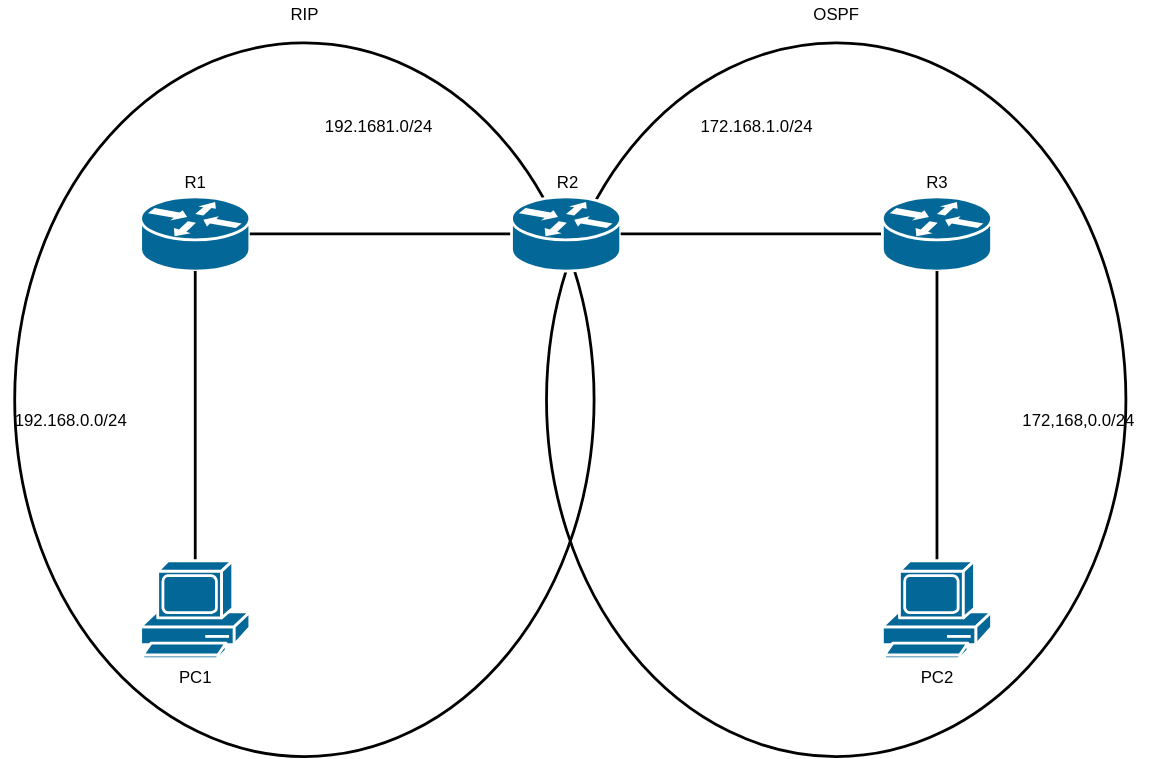
This is basic_routing02/fig/basic_dynamic_routing02.drawio.svg from ECCNetLab/problems, a draw.io export, as it was before one commit. Source tidied: cells renumbered, new cells last; positions are measured from the earlier drawing's top-left corner, leaving out a move shared by most shapes. The source it was exported from:
```xml
<mxGraphModel>
  <root>
    <mxCell id="0" />
    <mxCell id="1" parent="0" />
    <mxCell id="2" style="ellipse;whiteSpace=wrap;html=1;fillColor=none;strokeWidth=2;" parent="1" vertex="1">
      <mxGeometry x="10" y="30" width="414" height="510" as="geometry" />
    </mxCell>
    <mxCell id="3" style="ellipse;whiteSpace=wrap;html=1;fillColor=none;strokeWidth=2;" parent="1" vertex="1">
      <mxGeometry x="390" y="30" width="414" height="510" as="geometry" />
    </mxCell>
    <mxCell id="4" style="shape=mxgraph.cisco.routers.router;sketch=0;html=1;dashed=0;fillColor=#036897;strokeColor=#ffffff;strokeWidth=2;verticalLabelPosition=bottom;verticalAlign=top;align=center;outlineConnect=0;" parent="1" vertex="1">
      <mxGeometry x="100" y="140" width="78" height="53" as="geometry" />
    </mxCell>
    <mxCell id="5" style="edgeStyle=none;html=1;endArrow=none;endFill=0;strokeWidth=2;" parent="1" edge="1" source="6" target="4">
      <mxGeometry relative="1" as="geometry" />
    </mxCell>
    <mxCell id="6" style="shape=mxgraph.cisco.routers.router;sketch=0;html=1;dashed=0;fillColor=#036897;strokeColor=#ffffff;strokeWidth=2;verticalLabelPosition=bottom;verticalAlign=top;align=center;outlineConnect=0;" parent="1" vertex="1">
      <mxGeometry x="365" y="140" width="78" height="53" as="geometry" />
    </mxCell>
    <mxCell id="7" style="edgeStyle=none;html=1;entryX=1;entryY=0.5;entryDx=0;entryDy=0;entryPerimeter=0;strokeWidth=2;endArrow=none;endFill=0;" parent="1" edge="1" source="8" target="6">
      <mxGeometry relative="1" as="geometry" />
    </mxCell>
    <mxCell id="8" style="shape=mxgraph.cisco.routers.router;sketch=0;html=1;dashed=0;fillColor=#036897;strokeColor=#ffffff;strokeWidth=2;verticalLabelPosition=bottom;verticalAlign=top;align=center;outlineConnect=0;" parent="1" vertex="1">
      <mxGeometry x="630" y="140" width="78" height="53" as="geometry" />
    </mxCell>
    <mxCell id="9" style="edgeStyle=none;html=1;entryX=0.5;entryY=1;entryDx=0;entryDy=0;entryPerimeter=0;endArrow=none;endFill=0;strokeWidth=2;" parent="1" edge="1" source="10" target="4">
      <mxGeometry relative="1" as="geometry" />
    </mxCell>
    <mxCell id="10" value="PC1" style="shape=mxgraph.cisco.computers_and_peripherals.pc;html=1;dashed=0;fillColor=#036897;strokeColor=#ffffff;strokeWidth=2;verticalLabelPosition=bottom;verticalAlign=top;align=center;outlineConnect=0;" parent="1" vertex="1">
      <mxGeometry x="100" y="400" width="78" height="70" as="geometry" />
    </mxCell>
    <mxCell id="11" style="edgeStyle=none;html=1;endArrow=none;endFill=0;strokeWidth=2;" parent="1" edge="1" source="12" target="8">
      <mxGeometry relative="1" as="geometry" />
    </mxCell>
    <mxCell id="12" value="PC2" style="shape=mxgraph.cisco.computers_and_peripherals.pc;html=1;dashed=0;fillColor=#036897;strokeColor=#ffffff;strokeWidth=2;verticalLabelPosition=bottom;verticalAlign=top;align=center;outlineConnect=0;" parent="1" vertex="1">
      <mxGeometry x="630" y="400" width="78" height="70" as="geometry" />
    </mxCell>
    <mxCell id="13" value="192.1681.0/24" style="text;html=1;align=center;verticalAlign=middle;strokeColor=none;fillColor=none;" parent="1" vertex="1">
      <mxGeometry x="225" y="80" width="90" height="20" as="geometry" />
    </mxCell>
    <mxCell id="14" value="172.168.1.0/24" style="text;html=1;align=center;verticalAlign=middle;strokeColor=none;fillColor=none;" parent="1" vertex="1">
      <mxGeometry x="490" y="80" width="100" height="20" as="geometry" />
    </mxCell>
    <mxCell id="15" value="192.168.0.0/24" style="text;html=1;align=center;verticalAlign=middle;strokeColor=none;fillColor=none;" parent="1" vertex="1">
      <mxGeometry y="290" width="100" height="20" as="geometry" />
    </mxCell>
    <mxCell id="16" value="172,168,0.0/24" style="text;html=1;align=center;verticalAlign=middle;strokeColor=none;fillColor=none;" parent="1" vertex="1">
      <mxGeometry x="720" y="290" width="100" height="20" as="geometry" />
    </mxCell>
    <mxCell id="17" value="RIP" style="text;html=1;align=center;verticalAlign=middle;strokeColor=none;fillColor=none;" parent="1" vertex="1">
      <mxGeometry x="197" width="40" height="20" as="geometry" />
    </mxCell>
    <mxCell id="18" value="OSPF" style="text;html=1;align=center;verticalAlign=middle;strokeColor=none;fillColor=none;" parent="1" vertex="1">
      <mxGeometry x="572" width="50" height="20" as="geometry" />
    </mxCell>
    <mxCell id="19" value="R1" style="text;html=1;align=center;verticalAlign=middle;strokeColor=none;fillColor=none;" parent="1" vertex="1">
      <mxGeometry x="124" y="120" width="30" height="20" as="geometry" />
    </mxCell>
    <mxCell id="20" value="R2" style="text;html=1;align=center;verticalAlign=middle;strokeColor=none;fillColor=none;" parent="1" vertex="1">
      <mxGeometry x="390" y="120" width="30" height="20" as="geometry" />
    </mxCell>
    <mxCell id="21" value="R3" style="text;html=1;align=center;verticalAlign=middle;strokeColor=none;fillColor=none;" parent="1" vertex="1">
      <mxGeometry x="654" y="120" width="30" height="20" as="geometry" />
    </mxCell>
  </root>
</mxGraphModel>
```
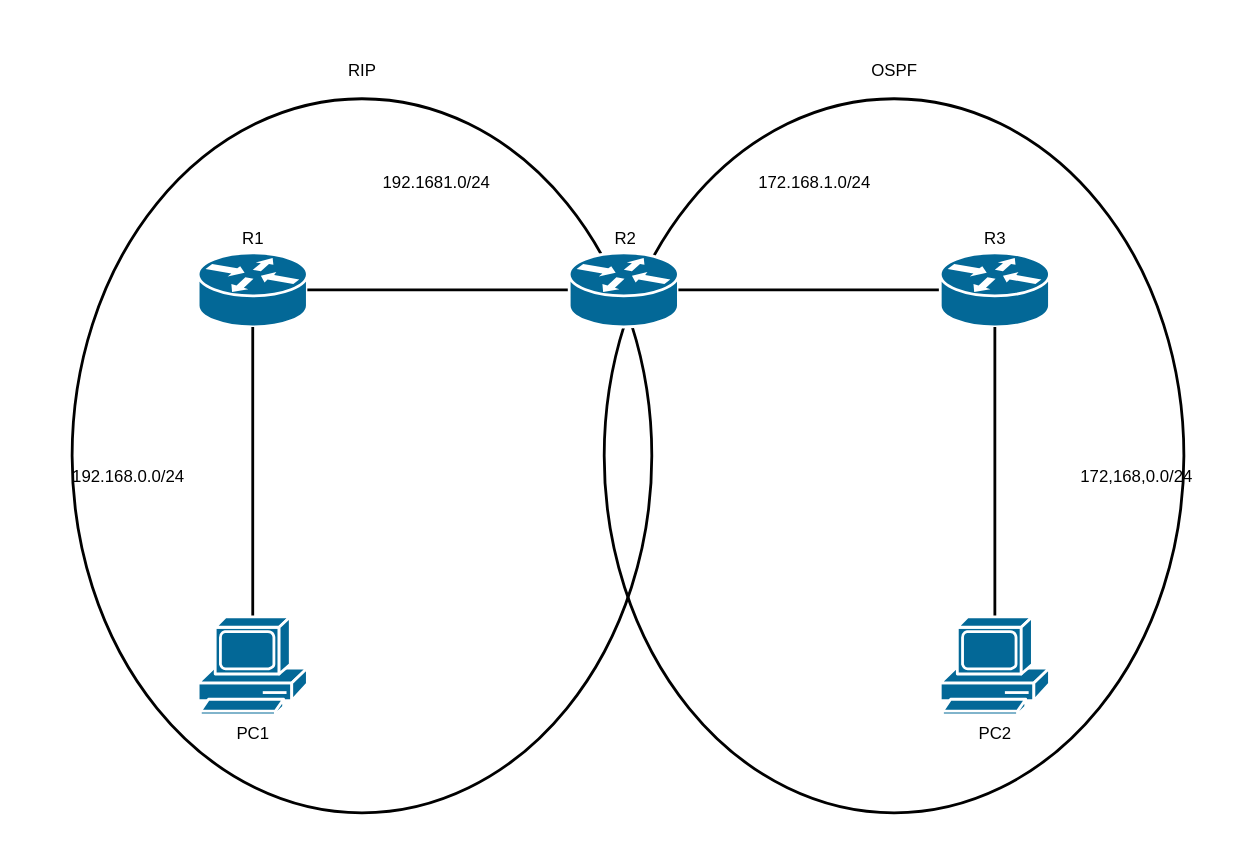
After the change.

What changed in the source:
```diff
@@ -2,6 +2,9 @@
   <root>
     <mxCell id="0" />
     <mxCell id="1" parent="0" />
+    <mxCell id="22" style="rounded=0;whiteSpace=wrap;html=1;strokeColor=none;" parent="1" vertex="1">
+      <mxGeometry x="-41" y="-40" width="881" height="610" as="geometry" />
+    </mxCell>
     <mxCell id="2" style="ellipse;whiteSpace=wrap;html=1;fillColor=none;strokeWidth=2;" parent="1" vertex="1">
       <mxGeometry x="10" y="30" width="414" height="510" as="geometry" />
     </mxCell>
```
